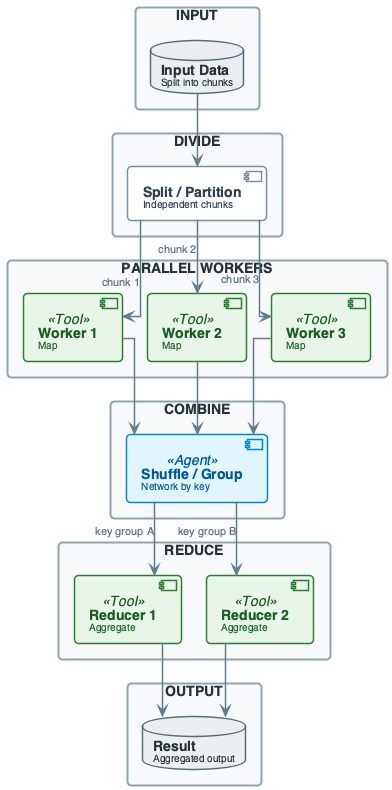
Earlier version of the PlantUML export diagrams/week03/week3_lecture_slide13_system_overview.png (OrPerets/data-engineering-course). The source it was exported from:
```plantuml
@startuml

top to bottom direction
skinparam linetype ortho
skinparam shadowing false
skinparam roundcorner 8
skinparam handwritten false
skinparam nodesep 24
skinparam ranksep 28

skinparam defaultFontName "Segoe UI, Helvetica, sans-serif"
skinparam defaultFontSize 16
skinparam defaultFontColor #2C3E50

skinparam rectangle {
    BackgroundColor #F8F9FA
    BorderColor #90A4AE
    BorderThickness 2
    FontColor #263238
    FontSize 14
    FontStyle bold
    Padding 20
}

skinparam component {
    BackgroundColor #FFFFFF
    BorderColor #78909C
    BorderThickness 1.5
    FontSize 14
    Padding 12
}

skinparam database {
    BackgroundColor #ECEFF1
    BorderColor #546E7A
    BorderThickness 1.5
    FontSize 14
    FontColor #263238
}

skinparam arrow {
    Color #607D8B
    Thickness 1.5
    FontSize 11
    FontColor #546E7A
}

skinparam component<<UI>> {
    BorderColor #8E24AA
    BackgroundColor #F3E5F5
    FontColor #4A148C
}

skinparam component<<Agent>> {
    BorderColor #0288D1
    BackgroundColor #E1F5FE
    FontColor #01579B
}

skinparam component<<Tool>> {
    BorderColor #2E7D32
    BackgroundColor #E8F5E9
    FontColor #1B5E20
}

skinparam component<<Config>> {
    BorderColor #F57C00
    BackgroundColor #FFF3E0
    FontColor #E65100
}

skinparam component<<Bad>> {
    BorderColor #C62828
    BackgroundColor #FFEBEE
    FontColor #B71C1C
}

skinparam component<<V1>> {
    BorderColor #F57C00
    BackgroundColor #FFF3E0
    FontColor #E65100
}

skinparam component<<V2>> {
    BorderColor #2E7D32
    BackgroundColor #E8F5E9
    FontColor #1B5E20
}

skinparam component<<up>> {
    BackgroundColor #E8F5E9
    BorderColor #2E7D32
}

skinparam component<<down>> {
    BackgroundColor #FFEBEE
    BorderColor #C62828
}

skinparam database<<up>> {
    BackgroundColor #E8F5E9
    BorderColor #2E7D32
}

skinparam database<<down>> {
    BackgroundColor #FFEBEE
    BorderColor #C62828
}

skinparam component<<success>> {
    BackgroundColor #E8F5E9
    BorderColor #2E7D32
}

skinparam component<<failure>> {
    BackgroundColor #FFEBEE
    BorderColor #C62828
}


rectangle "INPUT" #F8F9FA {
    database "**Input Data**\n<size:10>Split into chunks</size>" as INP
}

rectangle "DIVIDE" #F8F9FA {
    component "**Split / Partition**\n<size:10>Independent chunks</size>" as SPLIT
}

rectangle "PARALLEL WORKERS" #F8F9FA {
    component "**Worker 1**\n<size:10>Map</size>" as W1 <<Tool>>
    component "**Worker 2**\n<size:10>Map</size>" as W2 <<Tool>>
    component "**Worker 3**\n<size:10>Map</size>" as W3 <<Tool>>
}

rectangle "COMBINE" #F8F9FA {
    component "**Shuffle / Group**\n<size:10>Network by key</size>" as SORT_XFER <<Agent>>
}

rectangle "REDUCE" #F8F9FA {
    component "**Reducer 1**\n<size:10>Aggregate</size>" as R1 <<Tool>>
    component "**Reducer 2**\n<size:10>Aggregate</size>" as R2 <<Tool>>
}

rectangle "OUTPUT" #F8F9FA {
    database "**Result**\n<size:10>Aggregated output</size>" as OUT
}

INP --> SPLIT
SPLIT --> W1 : "chunk 1"
SPLIT --> W2 : "chunk 2"
SPLIT --> W3 : "chunk 3"
W1 --> SORT_XFER
W2 --> SORT_XFER
W3 --> SORT_XFER
SORT_XFER --> R1 : "key group A"
SORT_XFER --> R2 : "key group B"
R1 --> OUT
R2 --> OUT

@enduml
```
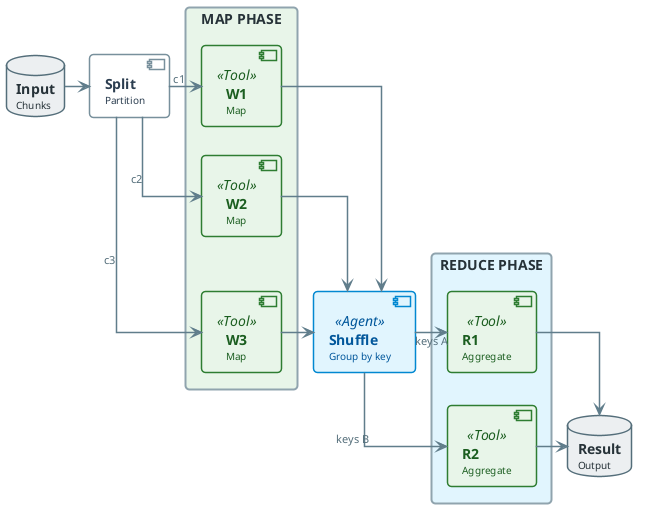
After the commit.

Diff of the diagram source:
```diff
@@ -118,43 +118,39 @@
 }
 
 
-rectangle "INPUT" #F8F9FA {
-    database "**Input Data**\n<size:10>Split into chunks</size>" as INP
+
+database "**Input**\n<size:10>Chunks</size>" as INP
+
+component "**Split**\n<size:10>Partition</size>" as SPLIT
+
+rectangle "MAP PHASE" #E8F5E9 {
+    component "**W1**\n<size:10>Map</size>" as W1 <<Tool>>
+    component "**W2**\n<size:10>Map</size>" as W2 <<Tool>>
+    component "**W3**\n<size:10>Map</size>" as W3 <<Tool>>
+    W1 -[hidden]down- W2
+    W2 -[hidden]down- W3
 }
 
-rectangle "DIVIDE" #F8F9FA {
-    component "**Split / Partition**\n<size:10>Independent chunks</size>" as SPLIT
+component "**Shuffle**\n<size:10>Group by key</size>" as SORT_XFER <<Agent>>
+
+rectangle "REDUCE PHASE" #E1F5FE {
+    component "**R1**\n<size:10>Aggregate</size>" as R1 <<Tool>>
+    component "**R2**\n<size:10>Aggregate</size>" as R2 <<Tool>>
+    R1 -[hidden]down- R2
 }
 
-rectangle "PARALLEL WORKERS" #F8F9FA {
-    component "**Worker 1**\n<size:10>Map</size>" as W1 <<Tool>>
-    component "**Worker 2**\n<size:10>Map</size>" as W2 <<Tool>>
-    component "**Worker 3**\n<size:10>Map</size>" as W3 <<Tool>>
-}
+database "**Result**\n<size:10>Output</size>" as OUT
 
-rectangle "COMBINE" #F8F9FA {
-    component "**Shuffle / Group**\n<size:10>Network by key</size>" as SORT_XFER <<Agent>>
-}
-
-rectangle "REDUCE" #F8F9FA {
-    component "**Reducer 1**\n<size:10>Aggregate</size>" as R1 <<Tool>>
-    component "**Reducer 2**\n<size:10>Aggregate</size>" as R2 <<Tool>>
-}
-
-rectangle "OUTPUT" #F8F9FA {
-    database "**Result**\n<size:10>Aggregated output</size>" as OUT
-}
-
-INP --> SPLIT
-SPLIT --> W1 : "chunk 1"
-SPLIT --> W2 : "chunk 2"
-SPLIT --> W3 : "chunk 3"
-W1 --> SORT_XFER
-W2 --> SORT_XFER
-W3 --> SORT_XFER
-SORT_XFER --> R1 : "key group A"
-SORT_XFER --> R2 : "key group B"
-R1 --> OUT
-R2 --> OUT
+INP -right-> SPLIT
+SPLIT -right-> W1 : "c1"
+SPLIT -right-> W2 : "c2"
+SPLIT -right-> W3 : "c3"
+W1 -right-> SORT_XFER
+W2 -right-> SORT_XFER
+W3 -right-> SORT_XFER
+SORT_XFER -right-> R1 : "keys A"
+SORT_XFER -right-> R2 : "keys B"
+R1 -right-> OUT
+R2 -right-> OUT
 
 @enduml
```
